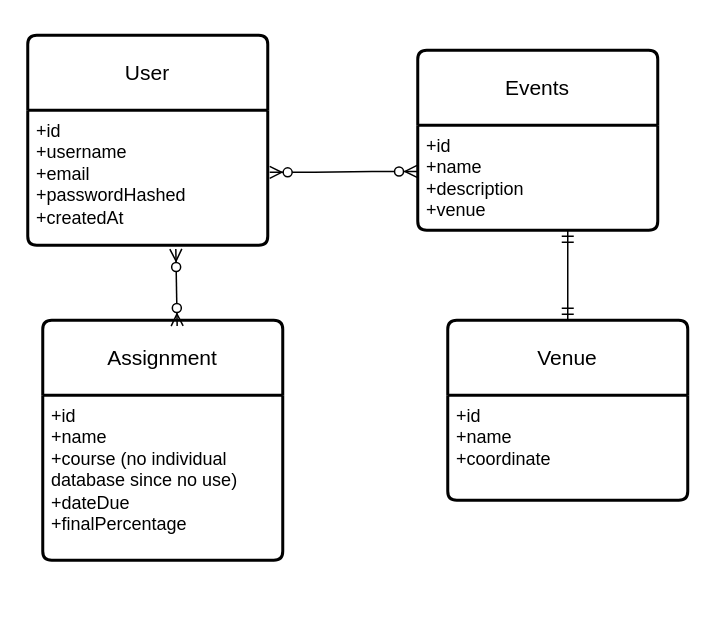
Earlier version of the draw.io diagram project_database.drawio (Jinyan-smu/wad2-project). Source tidied: cells renumbered, new cells numbered last; positions are measured from the earlier drawing's top-left corner, leaving out a move shared by most shapes. Both pictures are drawn from the tidied source at 150%, with x=0, y=0 at pixel (27, 34).
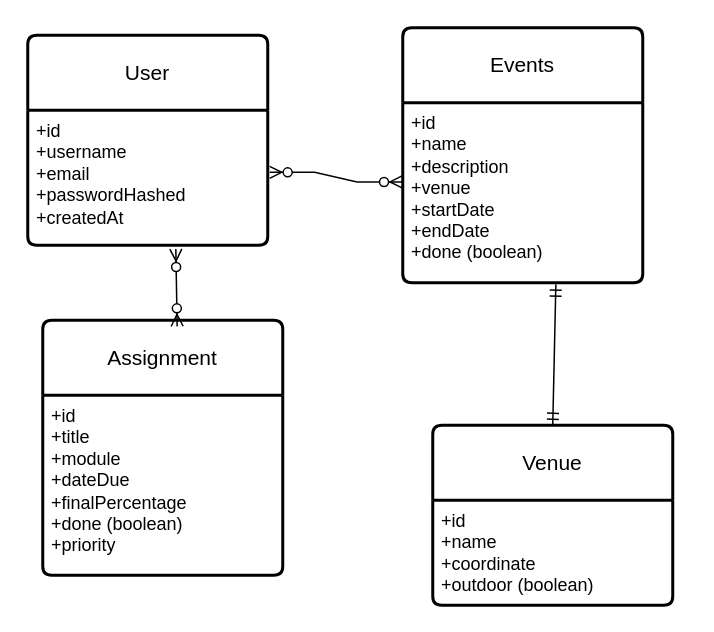
The same page after the edit.

Commit message (it also covers changes not shown here):
i guess something

What changed in the source:
```diff
@@
 <mxGraphModel>
   <root>
     <mxCell id="0" />
     <mxCell id="1" parent="0" />
     <mxCell id="2" value="User" style="swimlane;horizontal=1;startSize=50;rounded=1;fontSize=14;fontStyle=0;strokeWidth=2;shadow=0;dashed=0;align=center;arcSize=4;whiteSpace=wrap;html=1;" parent="1" vertex="1">
       <mxGeometry width="160" height="140" as="geometry" />
     </mxCell>
     <mxCell id="3" value="+id&lt;div&gt;+username&lt;br&gt;+email&lt;br&gt;+passwordHashed&lt;/div&gt;&lt;div&gt;+createdAt&lt;/div&gt;" style="align=left;strokeColor=none;fillColor=none;spacingLeft=4;spacingRight=4;fontSize=12;verticalAlign=top;html=1;whiteSpace=wrap;" parent="2" vertex="1">
       <mxGeometry y="50" width="160" height="90" as="geometry" />
     </mxCell>
     <mxCell id="4" value="Events" style="swimlane;horizontal=1;startSize=50;rounded=1;fontSize=14;fontStyle=0;strokeWidth=2;shadow=0;dashed=0;align=center;arcSize=4;whiteSpace=wrap;html=1;" parent="1" vertex="1">
-      <mxGeometry x="260" y="10" width="160" height="120" as="geometry" />
+      <mxGeometry x="250" y="-5" width="160" height="170" as="geometry" />
     </mxCell>
-    <mxCell id="5" style="fontSize=12;html=1;endArrow=ERmandOne;startArrow=ERmandOne;rounded=0;entryX=0.5;entryY=0;entryDx=0;entryDy=0;" parent="4" edge="1" target="8">
-      <mxGeometry relative="1" as="geometry">
-        <mxPoint x="100" y="120" as="sourcePoint" />
-      </mxGeometry>
-    </mxCell>
-    <mxCell id="6" value="+id&lt;br&gt;+name&lt;div&gt;+description&lt;br&gt;+venue&lt;/div&gt;" style="align=left;strokeColor=none;fillColor=none;spacingLeft=4;spacingRight=4;fontSize=12;verticalAlign=top;html=1;whiteSpace=wrap;" parent="4" vertex="1">
-      <mxGeometry y="50" width="160" height="70" as="geometry" />
+    <mxCell id="6" value="+id&lt;br&gt;+name&lt;div&gt;+description&lt;br&gt;+venue&lt;/div&gt;&lt;div&gt;+startDate&lt;/div&gt;&lt;div&gt;+endDate&lt;/div&gt;&lt;div&gt;+done (boolean)&lt;/div&gt;" style="align=left;strokeColor=none;fillColor=none;spacingLeft=4;spacingRight=4;fontSize=12;verticalAlign=top;html=1;whiteSpace=wrap;" parent="4" vertex="1">
+      <mxGeometry y="50" width="160" height="120" as="geometry" />
     </mxCell>
     <mxCell id="7" style="edgeStyle=entityRelationEdgeStyle;fontSize=12;html=1;endArrow=ERzeroToMany;endFill=1;startArrow=ERzeroToMany;rounded=0;entryX=-0.003;entryY=0.44;entryDx=0;entryDy=0;entryPerimeter=0;exitX=1.008;exitY=0.46;exitDx=0;exitDy=0;exitPerimeter=0;" parent="1" edge="1" source="3" target="6">
       <mxGeometry relative="1" as="geometry" />
     </mxCell>
     <mxCell id="8" value="Venue" style="swimlane;horizontal=1;startSize=50;rounded=1;fontSize=14;fontStyle=0;strokeWidth=2;shadow=0;dashed=0;align=center;arcSize=4;whiteSpace=wrap;html=1;" parent="1" vertex="1">
-      <mxGeometry x="280" y="190" width="160" height="120" as="geometry" />
+      <mxGeometry x="270" y="260" width="160" height="120" as="geometry" />
     </mxCell>
-    <mxCell id="9" value="+id&lt;br&gt;+name&lt;br&gt;+coordinate" style="align=left;strokeColor=none;fillColor=none;spacingLeft=4;spacingRight=4;fontSize=12;verticalAlign=top;html=1;whiteSpace=wrap;" parent="8" vertex="1">
+    <mxCell id="9" value="+id&lt;br&gt;+name&lt;br&gt;+coordinate&lt;div&gt;+outdoor (boolean)&lt;/div&gt;" style="align=left;strokeColor=none;fillColor=none;spacingLeft=4;spacingRight=4;fontSize=12;verticalAlign=top;html=1;whiteSpace=wrap;" parent="8" vertex="1">
       <mxGeometry y="50" width="160" height="70" as="geometry" />
     </mxCell>
     <mxCell id="10" value="Assignment" style="swimlane;horizontal=1;startSize=50;rounded=1;fontSize=14;fontStyle=0;strokeWidth=2;shadow=0;dashed=0;align=center;arcSize=4;whiteSpace=wrap;html=1;" parent="1" vertex="1">
-      <mxGeometry x="10" y="190" width="160" height="160" as="geometry" />
+      <mxGeometry x="10" y="190" width="160" height="170" as="geometry" />
     </mxCell>
-    <mxCell id="11" value="+id&lt;br&gt;+name&lt;br&gt;+course (no individual database since no use)&lt;div&gt;+dateDue&lt;/div&gt;&lt;div&gt;+finalPercentage&lt;/div&gt;" style="align=left;strokeColor=none;fillColor=none;spacingLeft=4;spacingRight=4;fontSize=12;verticalAlign=top;html=1;whiteSpace=wrap;" parent="10" vertex="1">
-      <mxGeometry y="50" width="160" height="110" as="geometry" />
+    <mxCell id="11" value="+id&lt;br&gt;+title&lt;br&gt;+module&amp;nbsp;&lt;div&gt;+dateDue&lt;/div&gt;&lt;div&gt;+finalPercentage&lt;/div&gt;&lt;div&gt;+done (boolean)&lt;/div&gt;&lt;div&gt;+priority&lt;/div&gt;" style="align=left;strokeColor=none;fillColor=none;spacingLeft=4;spacingRight=4;fontSize=12;verticalAlign=top;html=1;whiteSpace=wrap;" parent="10" vertex="1">
+      <mxGeometry y="50" width="160" height="120" as="geometry" />
     </mxCell>
     <mxCell id="12" style="fontSize=12;html=1;endArrow=ERzeroToMany;endFill=1;startArrow=ERzeroToMany;rounded=0;entryX=0.617;entryY=1.028;entryDx=0;entryDy=0;entryPerimeter=0;exitX=0.56;exitY=0.024;exitDx=0;exitDy=0;exitPerimeter=0;" parent="1" edge="1" source="10" target="3">
       <mxGeometry relative="1" as="geometry" />
     </mxCell>
+    <mxCell id="5" style="fontSize=12;html=1;endArrow=ERmandOne;startArrow=ERmandOne;rounded=0;entryX=0.5;entryY=0;entryDx=0;entryDy=0;exitX=0.638;exitY=1.008;exitDx=0;exitDy=0;exitPerimeter=0;" parent="1" edge="1" source="6" target="8">
+      <mxGeometry relative="1" as="geometry" />
+    </mxCell>
   </root>
 </mxGraphModel>
```
